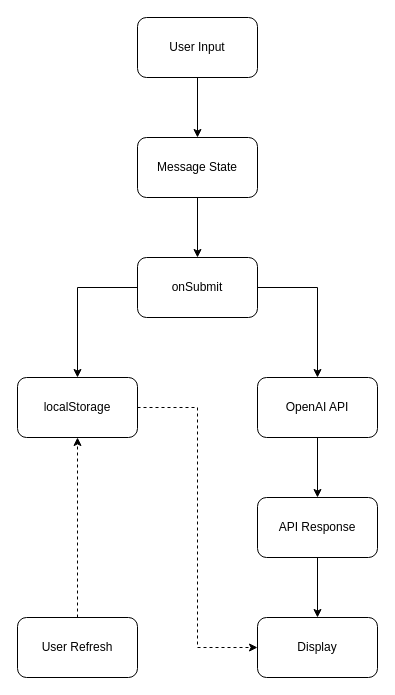
Above: Untitled Diagram.drawio in LeePaulison/project-ai (draw.io), before the change. Source tidied: cells renumbered, new cells numbered last; positions are measured from the earlier drawing's top-left corner, leaving out a move shared by most shapes. Both pictures are drawn from the tidied source at 100%, with x=0, y=0 at pixel (17, 17).
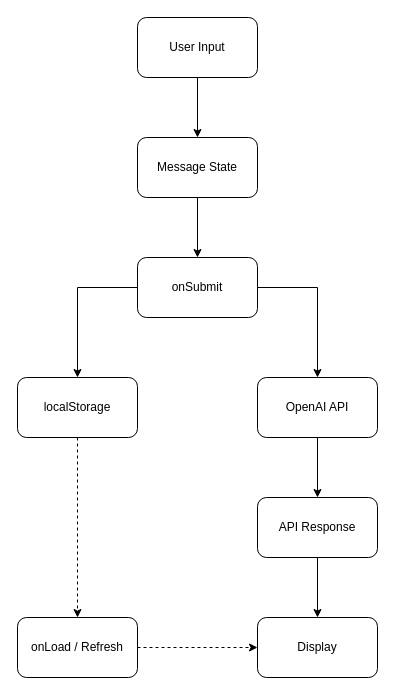
Above is the later version.

What changed in the source:
```diff
@@
 <mxGraphModel>
   <root>
     <mxCell id="0" />
     <mxCell id="1" parent="0" />
     <mxCell id="2" style="edgeStyle=orthogonalEdgeStyle;rounded=0;jettySize=auto;html=1;exitX=0.5;exitY=1;exitDx=0;exitDy=0;" parent="1" edge="1" source="3" target="5">
       <mxGeometry relative="1" as="geometry" />
     </mxCell>
     <mxCell id="3" value="User Input" style="rounded=1;whiteSpace=wrap;html=1;" parent="1" vertex="1">
       <mxGeometry x="120" width="120" height="60" as="geometry" />
     </mxCell>
     <mxCell id="4" style="edgeStyle=orthogonalEdgeStyle;rounded=0;jettySize=auto;html=1;exitX=0.5;exitY=1;exitDx=0;exitDy=0;" parent="1" edge="1" source="5" target="8">
       <mxGeometry relative="1" as="geometry" />
     </mxCell>
     <mxCell id="5" value="Message State" style="rounded=1;whiteSpace=wrap;html=1;" parent="1" vertex="1">
       <mxGeometry x="120" y="120" width="120" height="60" as="geometry" />
     </mxCell>
     <mxCell id="6" style="edgeStyle=orthogonalEdgeStyle;rounded=0;jettySize=auto;html=1;exitX=0;exitY=0.5;exitDx=0;exitDy=0;entryX=0.5;entryY=0;entryDx=0;entryDy=0;" parent="1" edge="1" source="8" target="10">
       <mxGeometry relative="1" as="geometry" />
     </mxCell>
     <mxCell id="7" style="edgeStyle=orthogonalEdgeStyle;rounded=0;jettySize=auto;html=1;exitX=1;exitY=0.5;exitDx=0;exitDy=0;entryX=0.5;entryY=0;entryDx=0;entryDy=0;" parent="1" edge="1" source="8" target="12">
       <mxGeometry relative="1" as="geometry" />
     </mxCell>
     <mxCell id="8" value="onSubmit" style="rounded=1;whiteSpace=wrap;html=1;" parent="1" vertex="1">
       <mxGeometry x="120" y="240" width="120" height="60" as="geometry" />
     </mxCell>
-    <mxCell id="9" style="edgeStyle=orthogonalEdgeStyle;rounded=0;jettySize=auto;html=1;exitX=1;exitY=0.5;exitDx=0;exitDy=0;entryX=0;entryY=0.5;entryDx=0;entryDy=0;dashed=1;" parent="1" edge="1" source="10" target="15">
-      <mxGeometry relative="1" as="geometry" />
-    </mxCell>
+    <mxCell id="18" style="edgeStyle=orthogonalEdgeStyle;rounded=0;jettySize=auto;html=1;exitX=0.5;exitY=1;exitDx=0;exitDy=0;dashed=1;" parent="1" edge="1" source="10" target="17">
+      <mxGeometry relative="1" as="geometry" />
+    </mxCell>
     <mxCell id="10" value="localStorage" style="rounded=1;whiteSpace=wrap;html=1;" parent="1" vertex="1">
       <mxGeometry y="360" width="120" height="60" as="geometry" />
     </mxCell>
     <mxCell id="11" style="edgeStyle=orthogonalEdgeStyle;rounded=0;jettySize=auto;html=1;exitX=0.5;exitY=1;exitDx=0;exitDy=0;entryX=0.5;entryY=0;entryDx=0;entryDy=0;" parent="1" edge="1" source="12" target="14">
       <mxGeometry relative="1" as="geometry" />
     </mxCell>
     <mxCell id="12" value="OpenAI API" style="rounded=1;whiteSpace=wrap;html=1;" parent="1" vertex="1">
       <mxGeometry x="240" y="360" width="120" height="60" as="geometry" />
     </mxCell>
     <mxCell id="13" style="edgeStyle=orthogonalEdgeStyle;rounded=0;jettySize=auto;html=1;exitX=0.5;exitY=1;exitDx=0;exitDy=0;entryX=0.5;entryY=0;entryDx=0;entryDy=0;" parent="1" edge="1" source="14" target="15">
       <mxGeometry relative="1" as="geometry" />
     </mxCell>
     <mxCell id="14" value="API Response" style="rounded=1;whiteSpace=wrap;html=1;" parent="1" vertex="1">
       <mxGeometry x="240" y="480" width="120" height="60" as="geometry" />
     </mxCell>
     <mxCell id="15" value="Display" style="rounded=1;whiteSpace=wrap;html=1;" parent="1" vertex="1">
       <mxGeometry x="240" y="600" width="120" height="60" as="geometry" />
     </mxCell>
-    <mxCell id="16" style="edgeStyle=orthogonalEdgeStyle;rounded=0;jettySize=auto;html=1;exitX=0.5;exitY=0;exitDx=0;exitDy=0;entryX=0.5;entryY=1;entryDx=0;entryDy=0;dashed=1;" parent="1" edge="1" source="17" target="10">
-      <mxGeometry relative="1" as="geometry" />
-    </mxCell>
+    <mxCell id="19" style="edgeStyle=orthogonalEdgeStyle;rounded=0;jettySize=auto;html=1;exitX=1;exitY=0.5;exitDx=0;exitDy=0;entryX=0;entryY=0.5;entryDx=0;entryDy=0;dashed=1;" parent="1" edge="1" source="17" target="15">
+      <mxGeometry relative="1" as="geometry" />
+    </mxCell>
-    <mxCell id="17" value="User Refresh" style="rounded=1;whiteSpace=wrap;html=1;" parent="1" vertex="1">
+    <mxCell id="17" value="onLoad / Refresh" style="rounded=1;whiteSpace=wrap;html=1;" parent="1" vertex="1">
       <mxGeometry y="600" width="120" height="60" as="geometry" />
     </mxCell>
   </root>
 </mxGraphModel>
```
